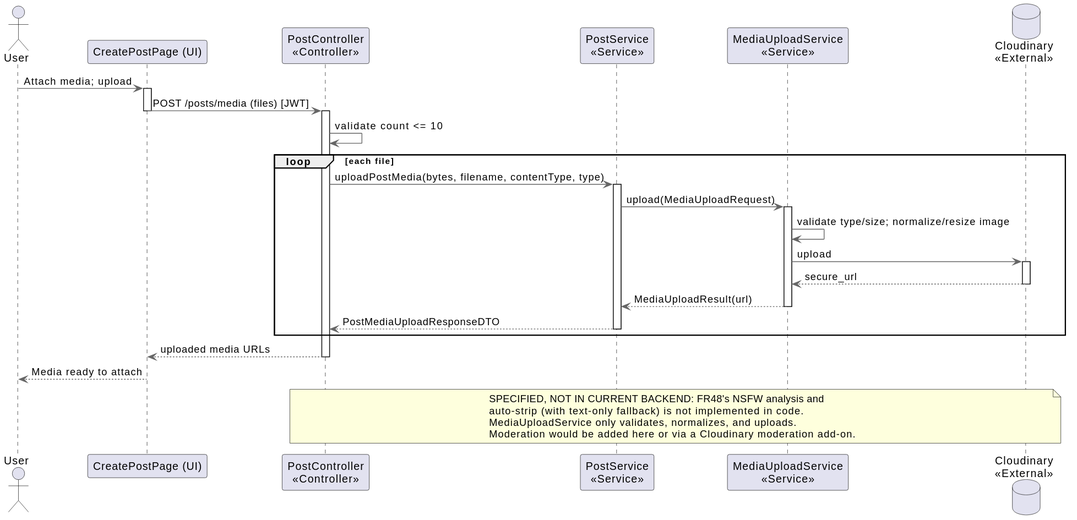
This is docs/assets/Sequence diagrams/41-50/Filter Inappropriate Media sequence diagram.svg from 0Risotto/JULink, a PlantUML export, as it was before one commit. Its diagram source:
```plantuml
@startuml
skinparam responseMessageBelowArrow true
show footbox
skinparam linetype ortho
skinparam ArrowColor #666666
skinparam shadowing false

actor User as user
participant "CreatePostPage (UI)" as ui
participant "PostController\n<<Controller>>" as ctrl
participant "PostService\n<<Service>>" as svc
participant "MediaUploadService\n<<Service>>" as media
database   "Cloudinary\n<<External>>" as cloud

user -> ui: Attach media; upload
activate ui
ui -> ctrl: POST /posts/media (files) [JWT]
deactivate ui
activate ctrl
ctrl -> ctrl: validate count <= 10
loop each file
  ctrl -> svc: uploadPostMedia(bytes, filename, contentType, type)
  activate svc
  svc -> media: upload(MediaUploadRequest)
  activate media
  media -> media: validate type/size; normalize/resize image
  media -> cloud: upload
  activate cloud
  cloud --> media: secure_url
  deactivate cloud
  media --> svc: MediaUploadResult(url)
  deactivate media
  svc --> ctrl: PostMediaUploadResponseDTO
  deactivate svc
end
ctrl --> ui: uploaded media URLs
deactivate ctrl
ui --> user: Media ready to attach
note over ctrl, cloud
  SPECIFIED, NOT IN CURRENT BACKEND: FR48's NSFW analysis and
  auto-strip (with text-only fallback) is not implemented in code.
  MediaUploadService only validates, normalizes, and uploads.
  Moderation would be added here or via a Cloudinary moderation add-on.
end note
@enduml
```
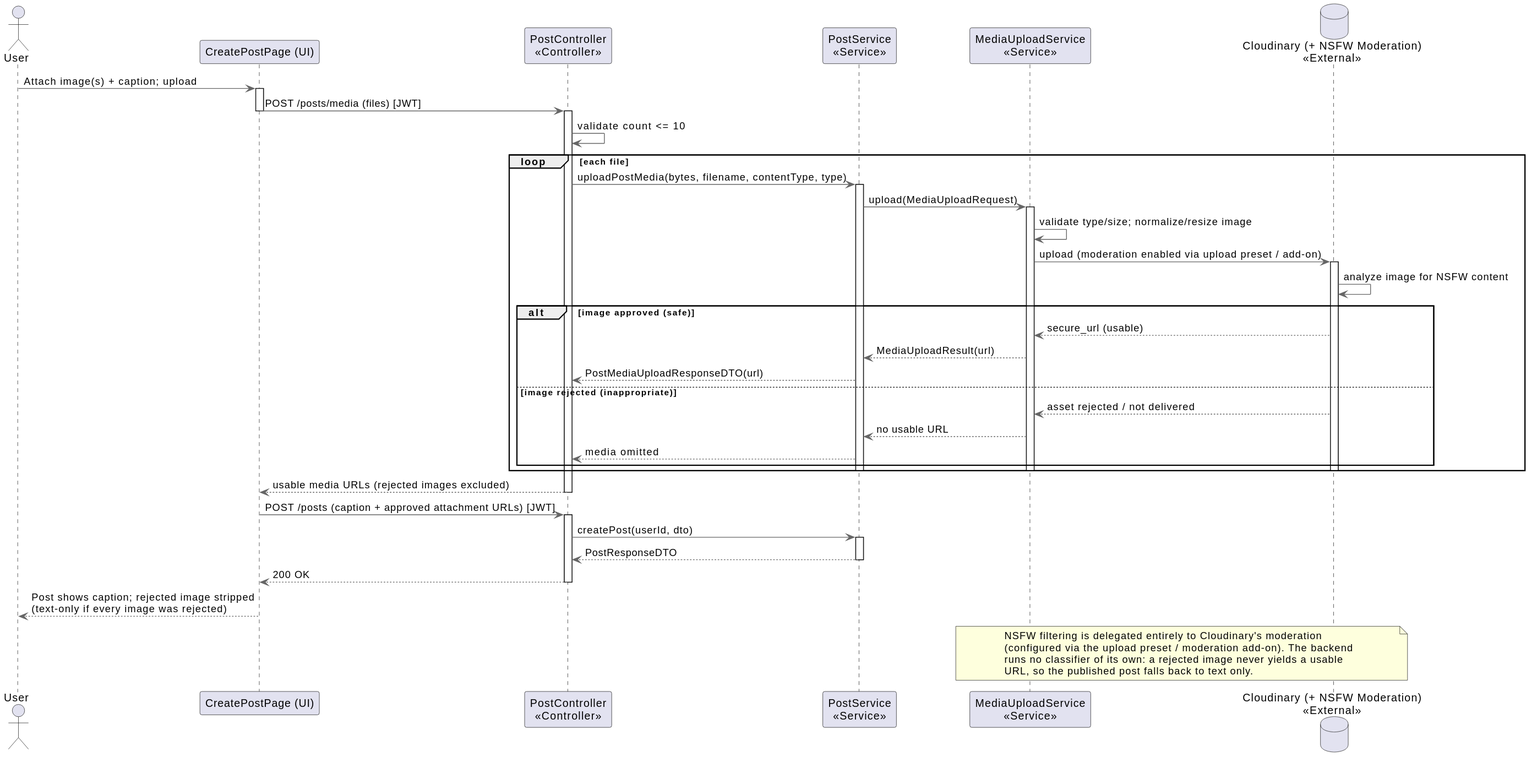
After the change.

Change to the diagram source:
```diff
@@ -10,9 +10,9 @@
 participant "PostController\n<<Controller>>" as ctrl
 participant "PostService\n<<Service>>" as svc
 participant "MediaUploadService\n<<Service>>" as media
-database   "Cloudinary\n<<External>>" as cloud
+database   "Cloudinary (+ NSFW Moderation)\n<<External>>" as cloud
 
-user -> ui: Attach media; upload
+user -> ui: Attach image(s) + caption; upload
 activate ui
 ui -> ctrl: POST /posts/media (files) [JWT]
 deactivate ui
@@ -24,22 +24,37 @@
   svc -> media: upload(MediaUploadRequest)
   activate media
   media -> media: validate type/size; normalize/resize image
-  media -> cloud: upload
+  media -> cloud: upload (moderation enabled via upload preset / add-on)
   activate cloud
-  cloud --> media: secure_url
+  cloud -> cloud: analyze image for NSFW content
+  alt image approved (safe)
+    cloud --> media: secure_url (usable)
+    media --> svc: MediaUploadResult(url)
+    svc --> ctrl: PostMediaUploadResponseDTO(url)
+  else image rejected (inappropriate)
+    cloud --> media: asset rejected / not delivered
+    media --> svc: no usable URL
+    svc --> ctrl: media omitted
+  end
   deactivate cloud
-  media --> svc: MediaUploadResult(url)
   deactivate media
-  svc --> ctrl: PostMediaUploadResponseDTO
   deactivate svc
 end
-ctrl --> ui: uploaded media URLs
+ctrl --> ui: usable media URLs (rejected images excluded)
 deactivate ctrl
-ui --> user: Media ready to attach
-note over ctrl, cloud
-  SPECIFIED, NOT IN CURRENT BACKEND: FR48's NSFW analysis and
-  auto-strip (with text-only fallback) is not implemented in code.
-  MediaUploadService only validates, normalizes, and uploads.
-  Moderation would be added here or via a Cloudinary moderation add-on.
+ui -> ctrl: POST /posts (caption + approved attachment URLs) [JWT]
+activate ctrl
+ctrl -> svc: createPost(userId, dto)
+activate svc
+svc --> ctrl: PostResponseDTO
+deactivate svc
+ctrl --> ui: 200 OK
+deactivate ctrl
+ui --> user: Post shows caption; rejected image stripped\n(text-only if every image was rejected)
+note over media, cloud
+  NSFW filtering is delegated entirely to Cloudinary's moderation
+  (configured via the upload preset / moderation add-on). The backend
+  runs no classifier of its own: a rejected image never yields a usable
+  URL, so the published post falls back to text only.
 end note
 @enduml
```
